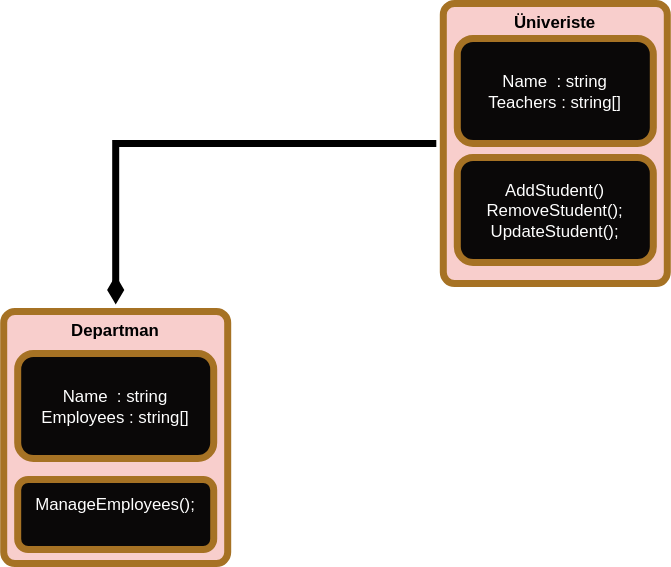
REFUPANKER/PatikaDevFiles keeps this draw.io diagram as Java-OOP/Üniversite Yönetim Sistemi-PatikaDev.drawio.svg. Above is the earlier version. Source tidied: cells renumbered, new cells last; positions are measured from the earlier drawing's top-left corner, leaving out a move shared by most shapes.
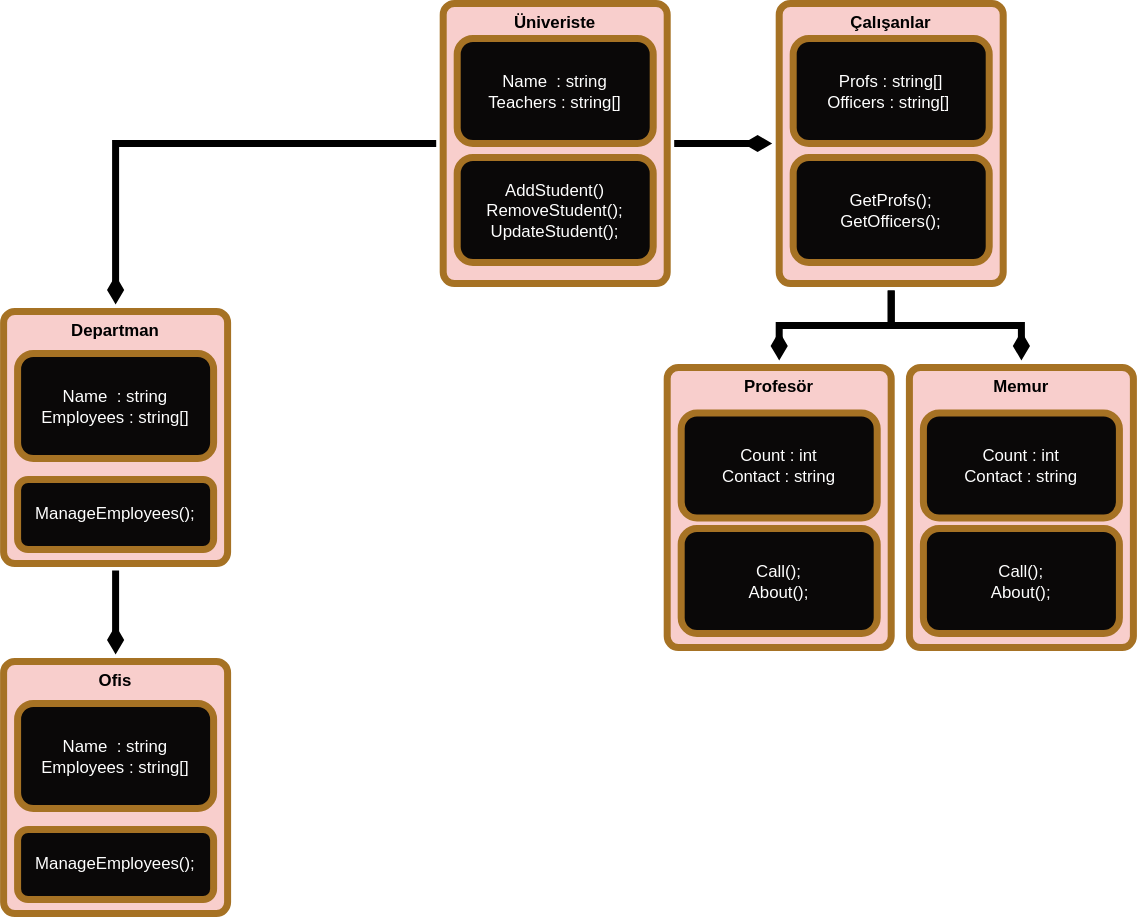
Above is the later version.

Diff of the diagram source:
```diff
@@ -5,6 +5,9 @@
     <mxCell id="2" style="edgeStyle=orthogonalEdgeStyle;rounded=0;jettySize=auto;html=1;entryX=0.5;entryY=0;entryDx=0;entryDy=0;fontSize=12;fontColor=#FFFFFF;endArrow=diamondThin;endFill=1;strokeWidth=5;" parent="1" edge="1" source="3" target="6">
       <mxGeometry relative="1" as="geometry" />
     </mxCell>
+    <mxCell id="9" style="edgeStyle=orthogonalEdgeStyle;rounded=0;jettySize=auto;html=1;strokeWidth=5;fontSize=12;fontColor=#FFFFFF;endArrow=diamondThin;endFill=1;" parent="1" edge="1" source="3" target="16">
+      <mxGeometry relative="1" as="geometry" />
+    </mxCell>
     <mxCell id="3" value="Üniveriste" style="rounded=1;whiteSpace=wrap;html=1;fillColor=#f8cecc;strokeColor=#A67224;strokeWidth=5;perimeterSpacing=5;arcSize=5;verticalAlign=top;fontStyle=1;" parent="1" vertex="1">
       <mxGeometry x="314" width="160" height="200" as="geometry" />
     </mxCell>
@@ -14,14 +17,59 @@
     <mxCell id="5" value="AddStudent()&lt;br&gt;RemoveStudent();&lt;br&gt;UpdateStudent();" style="rounded=1;whiteSpace=wrap;html=1;strokeColor=#A67224;strokeWidth=5;fillColor=#0A0808;fontColor=#FFFFFF;align=center;" parent="1" vertex="1">
       <mxGeometry x="324" y="110" width="140" height="75" as="geometry" />
     </mxCell>
+    <mxCell id="10" style="edgeStyle=orthogonalEdgeStyle;rounded=0;jettySize=auto;html=1;exitX=0.5;exitY=1;exitDx=0;exitDy=0;entryX=0.5;entryY=0;entryDx=0;entryDy=0;strokeWidth=5;fontSize=12;fontColor=#FFFFFF;endArrow=diamondThin;endFill=1;" parent="1" edge="1" source="6" target="11">
+      <mxGeometry relative="1" as="geometry" />
+    </mxCell>
     <mxCell id="6" value="Departman" style="rounded=1;whiteSpace=wrap;html=1;fillColor=#f8cecc;strokeColor=#A67224;strokeWidth=5;perimeterSpacing=5;arcSize=5;verticalAlign=top;fontStyle=1;" parent="1" vertex="1">
       <mxGeometry y="220" width="160" height="180" as="geometry" />
     </mxCell>
     <mxCell id="7" value="Name&amp;nbsp; : string&lt;br&gt;Employees : string[]" style="rounded=1;whiteSpace=wrap;html=1;strokeColor=#A67224;strokeWidth=5;fillColor=#0A0808;fontColor=#FFFFFF;align=center;" parent="1" vertex="1">
       <mxGeometry x="10" y="250" width="140" height="75" as="geometry" />
     </mxCell>
-    <mxCell id="8" value="&lt;font style=&quot;font-size: 12px;&quot;&gt;ManageEmployees();&lt;br&gt;&lt;br&gt;&lt;/font&gt;" style="rounded=1;whiteSpace=wrap;html=1;strokeColor=#A67224;strokeWidth=5;fillColor=#0A0808;fontColor=#FFFFFF;align=center;" parent="1" vertex="1">
+    <mxCell id="8" value="&lt;font style=&quot;font-size: 12px;&quot;&gt;ManageEmployees();&lt;br&gt;&lt;/font&gt;" style="rounded=1;whiteSpace=wrap;html=1;strokeColor=#A67224;strokeWidth=5;fillColor=#0A0808;fontColor=#FFFFFF;align=center;" parent="1" vertex="1">
       <mxGeometry x="10" y="340" width="140" height="50" as="geometry" />
     </mxCell>
+    <mxCell id="11" value="Ofis" style="rounded=1;whiteSpace=wrap;html=1;fillColor=#f8cecc;strokeColor=#A67224;strokeWidth=5;perimeterSpacing=5;arcSize=5;verticalAlign=top;fontStyle=1;" parent="1" vertex="1">
+      <mxGeometry y="470" width="160" height="180" as="geometry" />
+    </mxCell>
+    <mxCell id="12" value="Name&amp;nbsp; : string&lt;br&gt;Employees : string[]" style="rounded=1;whiteSpace=wrap;html=1;strokeColor=#A67224;strokeWidth=5;fillColor=#0A0808;fontColor=#FFFFFF;align=center;" parent="1" vertex="1">
+      <mxGeometry x="10" y="500" width="140" height="75" as="geometry" />
+    </mxCell>
+    <mxCell id="13" value="&lt;font style=&quot;font-size: 12px;&quot;&gt;ManageEmployees();&lt;br&gt;&lt;/font&gt;" style="rounded=1;whiteSpace=wrap;html=1;strokeColor=#A67224;strokeWidth=5;fillColor=#0A0808;fontColor=#FFFFFF;align=center;" parent="1" vertex="1">
+      <mxGeometry x="10" y="590" width="140" height="50" as="geometry" />
+    </mxCell>
+    <mxCell id="14" style="edgeStyle=orthogonalEdgeStyle;rounded=0;jettySize=auto;html=1;exitX=0.5;exitY=1;exitDx=0;exitDy=0;entryX=0.5;entryY=0;entryDx=0;entryDy=0;strokeWidth=5;fontSize=12;fontColor=#FFFFFF;endArrow=diamondThin;endFill=1;" parent="1" edge="1" source="16" target="19">
+      <mxGeometry relative="1" as="geometry" />
+    </mxCell>
+    <mxCell id="15" style="edgeStyle=orthogonalEdgeStyle;rounded=0;jettySize=auto;html=1;exitX=0.5;exitY=1;exitDx=0;exitDy=0;entryX=0.5;entryY=0;entryDx=0;entryDy=0;strokeWidth=5;fontSize=12;fontColor=#FFFFFF;endArrow=diamondThin;endFill=1;" parent="1" edge="1" source="16" target="22">
+      <mxGeometry relative="1" as="geometry" />
+    </mxCell>
+    <mxCell id="16" value="Çalışanlar" style="rounded=1;whiteSpace=wrap;html=1;fillColor=#f8cecc;strokeColor=#A67224;strokeWidth=5;perimeterSpacing=5;arcSize=5;verticalAlign=top;fontStyle=1;" parent="1" vertex="1">
+      <mxGeometry x="554" width="160" height="200" as="geometry" />
+    </mxCell>
+    <mxCell id="17" value="Profs : string[]&lt;br&gt;Officers : string[]&amp;nbsp;" style="rounded=1;whiteSpace=wrap;html=1;strokeColor=#A67224;strokeWidth=5;fillColor=#0A0808;fontColor=#FFFFFF;align=center;" parent="1" vertex="1">
+      <mxGeometry x="564" y="25" width="140" height="75" as="geometry" />
+    </mxCell>
+    <mxCell id="18" value="GetProfs();&lt;br&gt;GetOfficers();" style="rounded=1;whiteSpace=wrap;html=1;strokeColor=#A67224;strokeWidth=5;fillColor=#0A0808;fontColor=#FFFFFF;align=center;" parent="1" vertex="1">
+      <mxGeometry x="564" y="110" width="140" height="75" as="geometry" />
+    </mxCell>
+    <mxCell id="19" value="Profesör" style="rounded=1;whiteSpace=wrap;html=1;fillColor=#f8cecc;strokeColor=#A67224;strokeWidth=5;perimeterSpacing=5;arcSize=5;verticalAlign=top;fontStyle=1;" parent="1" vertex="1">
+      <mxGeometry x="474" y="260" width="160" height="200" as="geometry" />
+    </mxCell>
+    <mxCell id="20" value="Count : int&lt;br&gt;Contact : string" style="rounded=1;whiteSpace=wrap;html=1;strokeColor=#A67224;strokeWidth=5;fillColor=#0A0808;fontColor=#FFFFFF;align=center;" parent="1" vertex="1">
+      <mxGeometry x="484" y="292.5" width="140" height="75" as="geometry" />
+    </mxCell>
+    <mxCell id="21" value="Call();&lt;br&gt;About();" style="rounded=1;whiteSpace=wrap;html=1;strokeColor=#A67224;strokeWidth=5;fillColor=#0A0808;fontColor=#FFFFFF;align=center;" parent="1" vertex="1">
+      <mxGeometry x="484" y="375" width="140" height="75" as="geometry" />
+    </mxCell>
+    <mxCell id="22" value="Memur" style="rounded=1;whiteSpace=wrap;html=1;fillColor=#f8cecc;strokeColor=#A67224;strokeWidth=5;perimeterSpacing=5;arcSize=5;verticalAlign=top;fontStyle=1;" parent="1" vertex="1">
+      <mxGeometry x="647" y="260" width="160" height="200" as="geometry" />
+    </mxCell>
+    <mxCell id="23" value="Count : int&lt;br&gt;Contact : string" style="rounded=1;whiteSpace=wrap;html=1;strokeColor=#A67224;strokeWidth=5;fillColor=#0A0808;fontColor=#FFFFFF;align=center;" parent="1" vertex="1">
+      <mxGeometry x="657" y="292.5" width="140" height="75" as="geometry" />
+    </mxCell>
+    <mxCell id="24" value="Call();&lt;br&gt;About();" style="rounded=1;whiteSpace=wrap;html=1;strokeColor=#A67224;strokeWidth=5;fillColor=#0A0808;fontColor=#FFFFFF;align=center;" parent="1" vertex="1">
+      <mxGeometry x="657" y="375" width="140" height="75" as="geometry" />
+    </mxCell>
   </root>
 </mxGraphModel>
```
